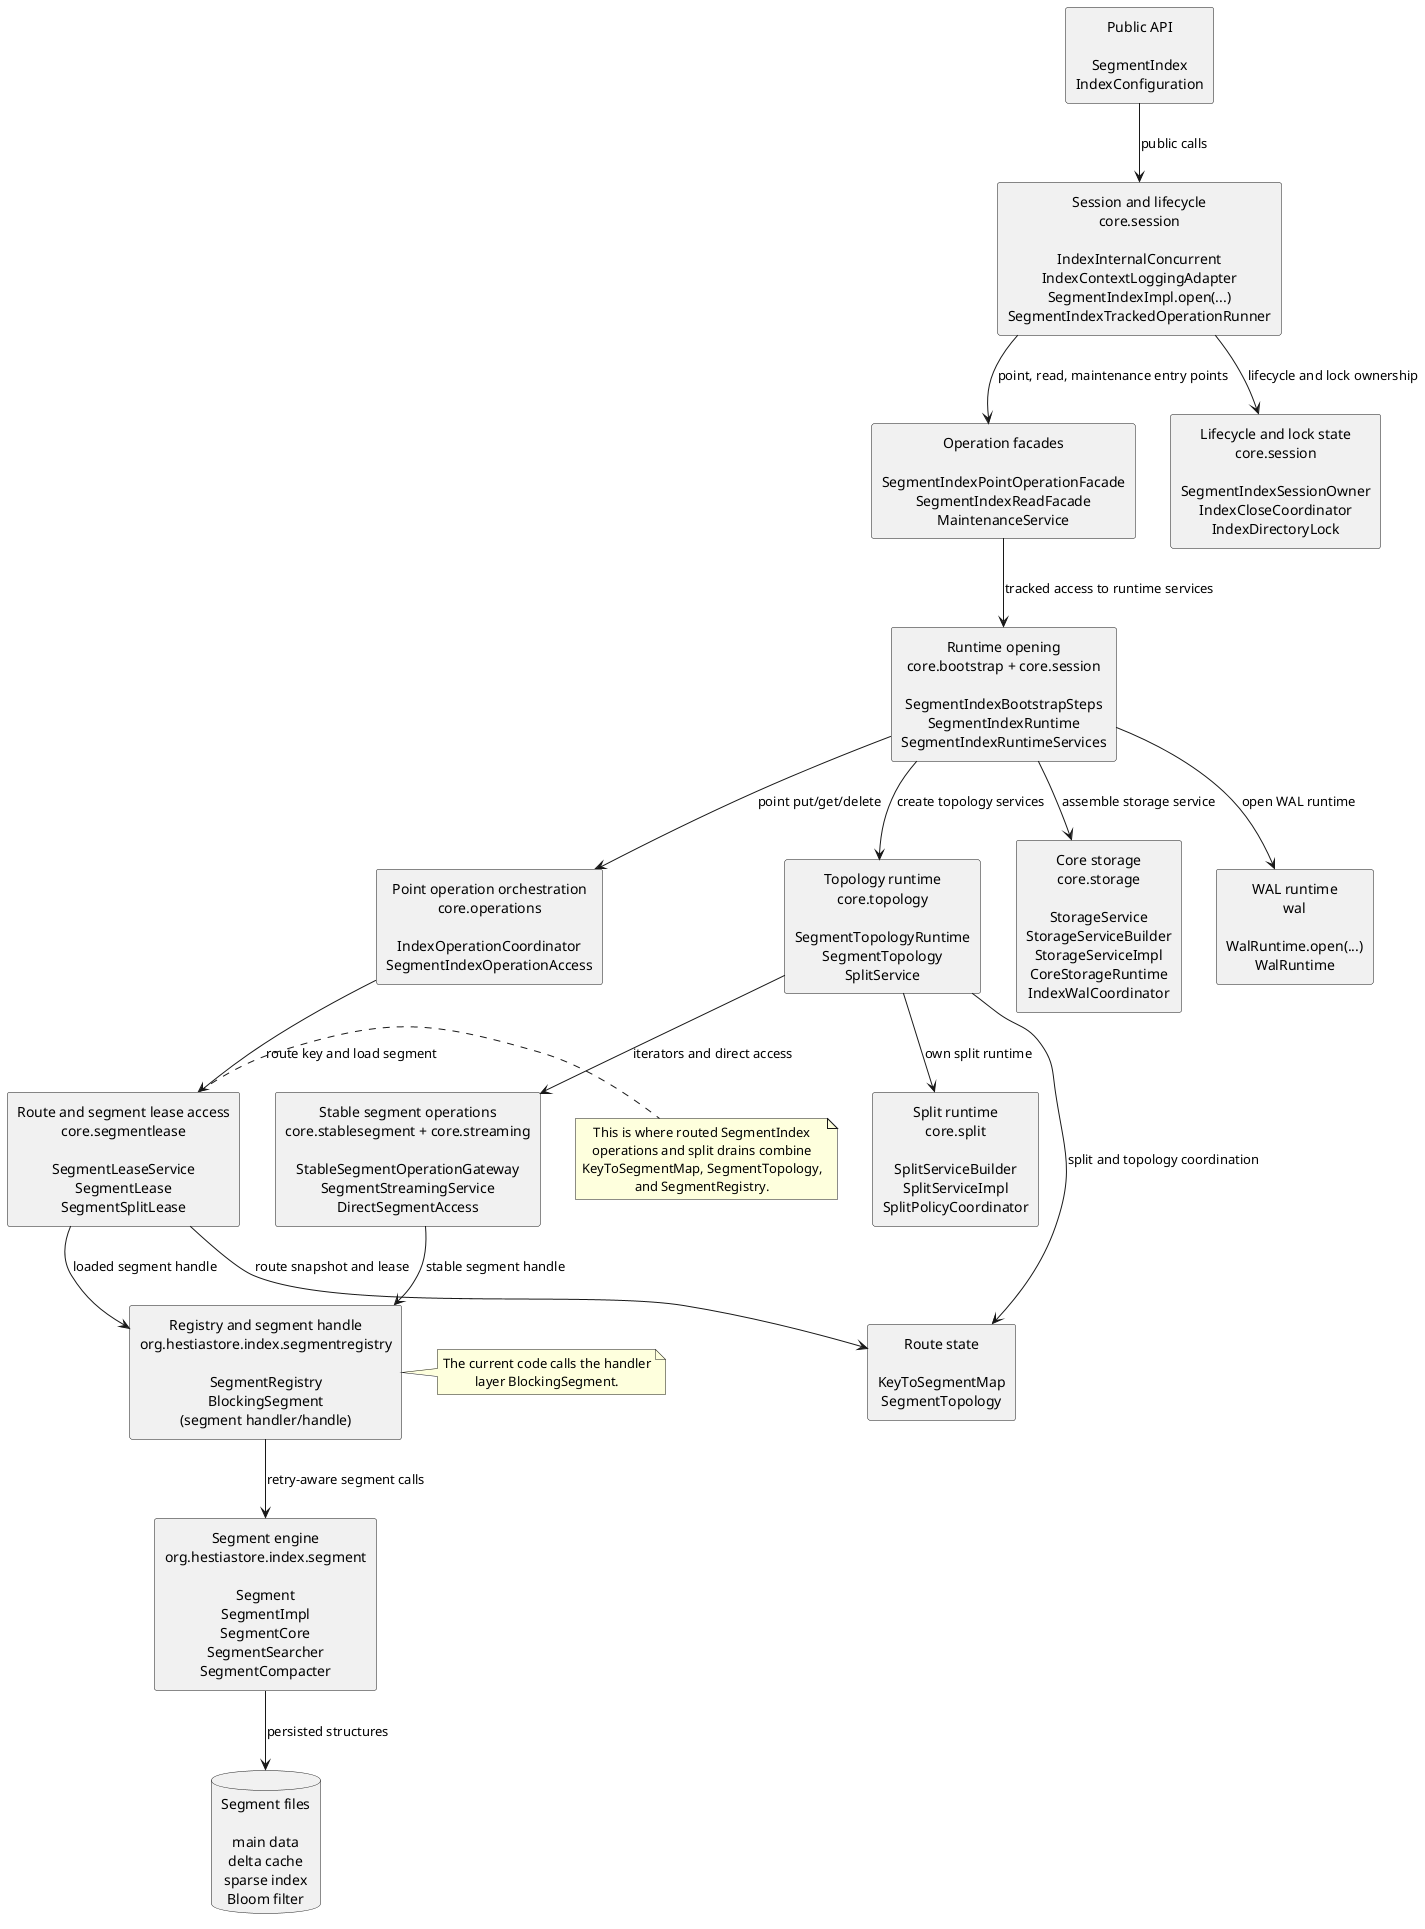
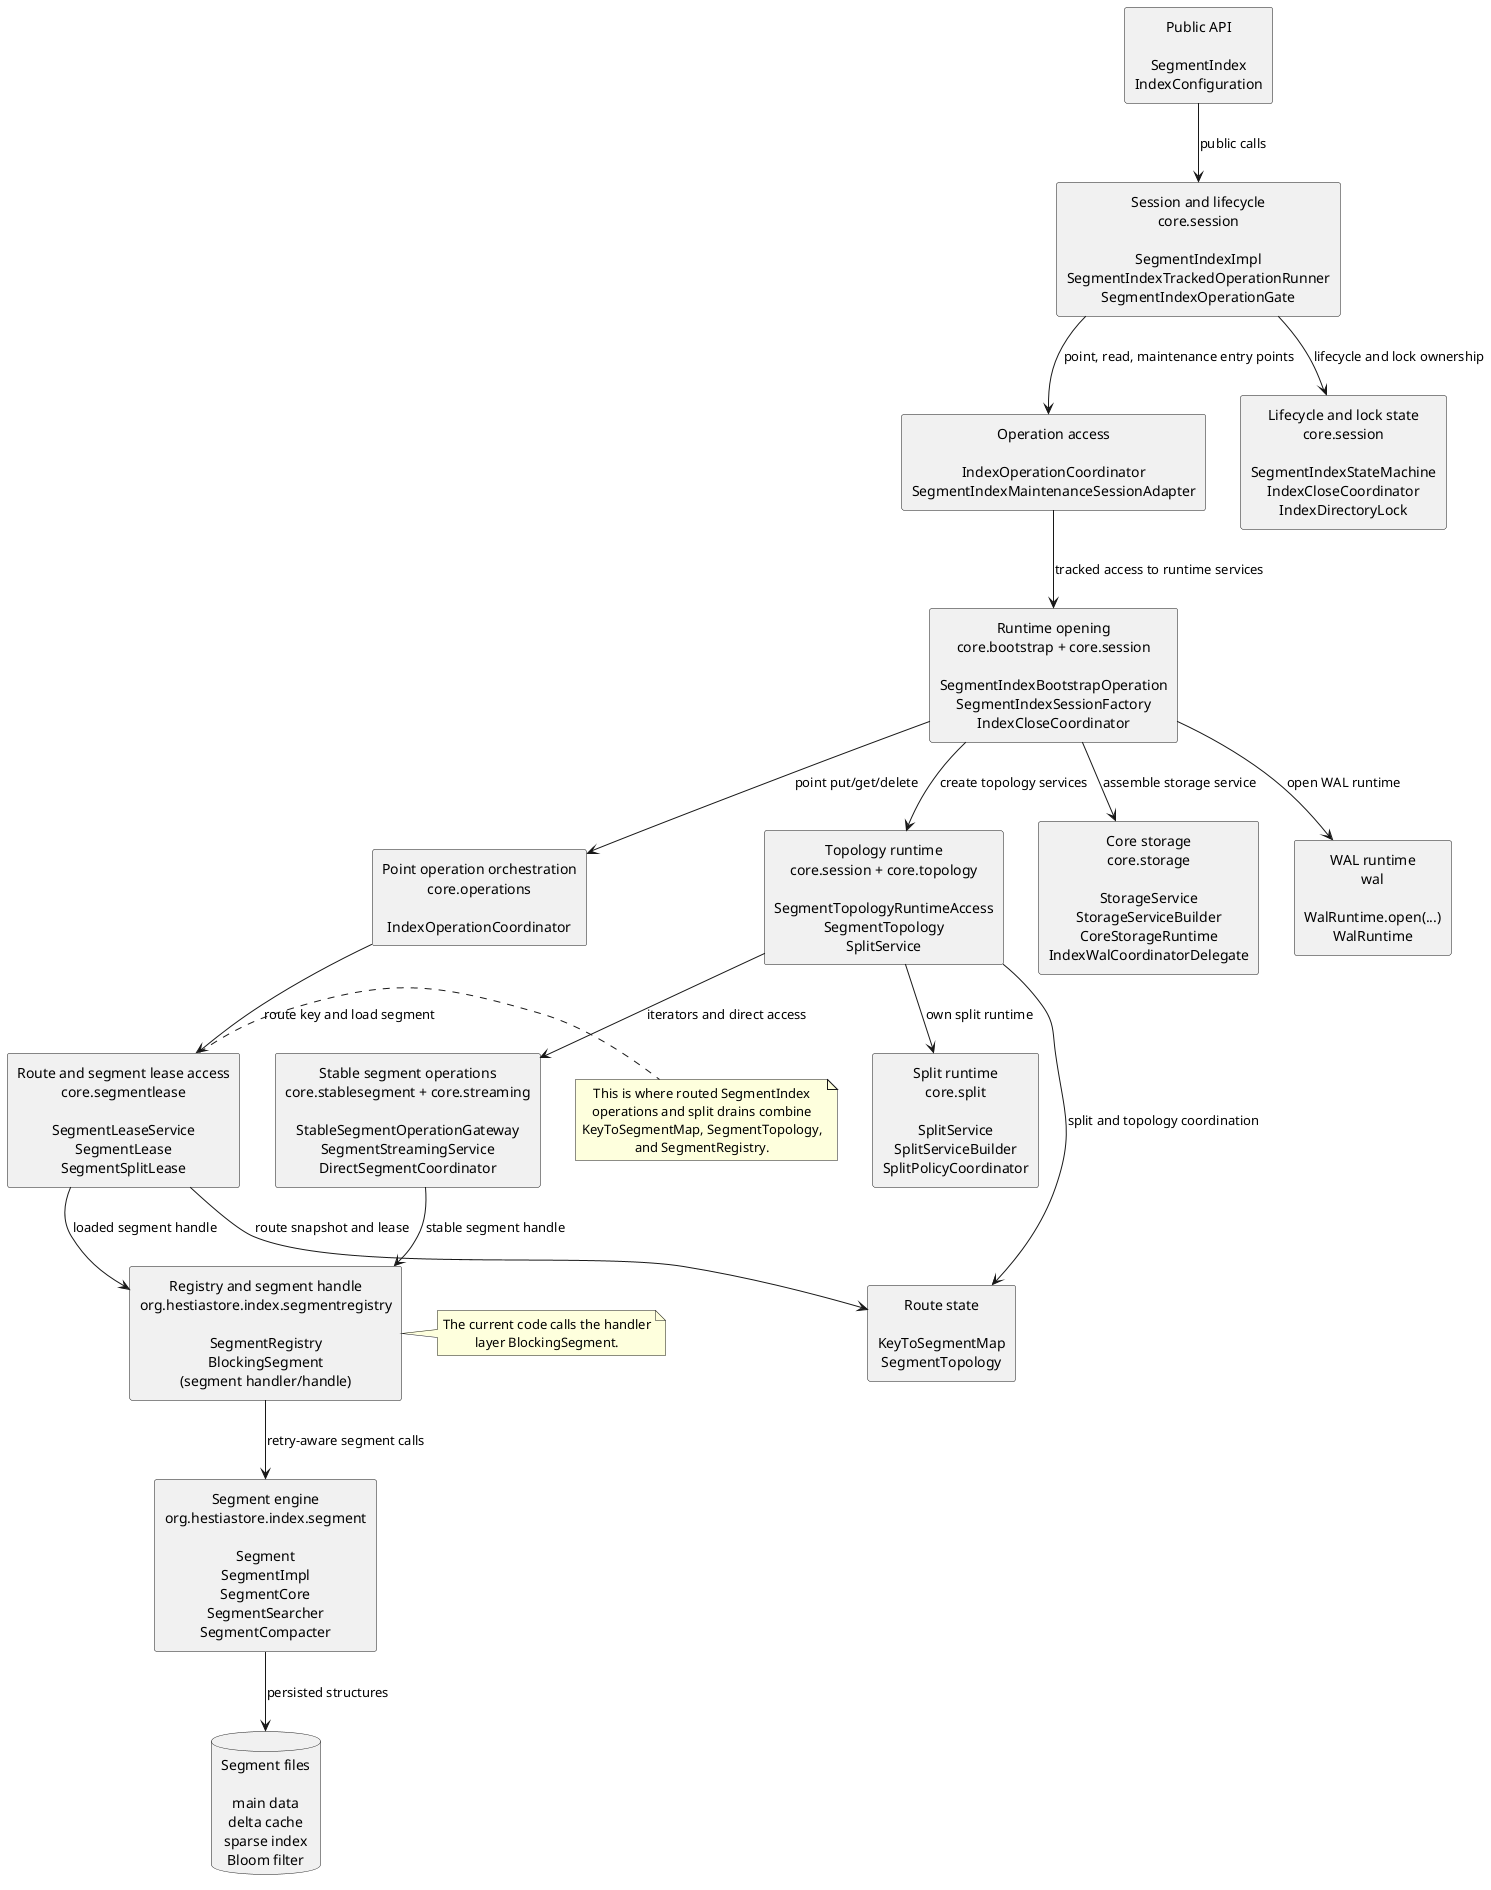
@startuml implementation-layers
skinparam componentStyle rectangle
skinparam shadowing false
skinparam defaultTextAlignment center
top to bottom direction

component "Public API\n\nSegmentIndex\nIndexConfiguration" as API

- component "Session and lifecycle\ncore.session\n\nIndexInternalConcurrent\nIndexContextLoggingAdapter\nSegmentIndexImpl.open(...)\nSegmentIndexTrackedOperationRunner" as SESSION
+ component "Session and lifecycle\ncore.session\n\nSegmentIndexImpl\nSegmentIndexTrackedOperationRunner\nSegmentIndexOperationGate" as SESSION

- component "Lifecycle and lock state\ncore.session\n\nSegmentIndexSessionOwner\nIndexCloseCoordinator\nIndexDirectoryLock" as SESSION_STATE
+ component "Lifecycle and lock state\ncore.session\n\nSegmentIndexStateMachine\nIndexCloseCoordinator\nIndexDirectoryLock" as SESSION_STATE

- component "Operation facades\n\nSegmentIndexPointOperationFacade\nSegmentIndexReadFacade\nMaintenanceService" as FACADES
+ component "Operation access\n\nIndexOperationCoordinator\nSegmentIndexMaintenanceSessionAdapter" as FACADES

- component "Runtime opening\ncore.bootstrap + core.session\n\nSegmentIndexBootstrapSteps\nSegmentIndexRuntime\nSegmentIndexRuntimeServices" as RUNTIME
+ component "Runtime opening\ncore.bootstrap + core.session\n\nSegmentIndexBootstrapOperation\nSegmentIndexSessionFactory\nIndexCloseCoordinator" as RUNTIME

- component "Topology runtime\ncore.topology\n\nSegmentTopologyRuntime\nSegmentTopology\nSplitService" as TOPOLOGY_RUNTIME
+ component "Topology runtime\ncore.session + core.topology\n\nSegmentTopologyRuntimeAccess\nSegmentTopology\nSplitService" as TOPOLOGY_RUNTIME

- component "Core storage\ncore.storage\n\nStorageService\nStorageServiceBuilder\nStorageServiceImpl\nCoreStorageRuntime\nIndexWalCoordinator" as CORE_STORAGE
+ component "Core storage\ncore.storage\n\nStorageService\nStorageServiceBuilder\nCoreStorageRuntime\nIndexWalCoordinatorDelegate" as CORE_STORAGE

- component "Split runtime\ncore.split\n\nSplitServiceBuilder\nSplitServiceImpl\nSplitPolicyCoordinator" as SPLIT_RUNTIME
+ component "Split runtime\ncore.split\n\nSplitService\nSplitServiceBuilder\nSplitPolicyCoordinator" as SPLIT_RUNTIME

component "WAL runtime\nwal\n\nWalRuntime.open(...)\nWalRuntime" as WAL_RUNTIME

- component "Point operation orchestration\ncore.operations\n\nIndexOperationCoordinator\nSegmentIndexOperationAccess" as OPERATIONS
+ component "Point operation orchestration\ncore.operations\n\nIndexOperationCoordinator" as OPERATIONS

component "Route and segment lease access\ncore.segmentlease\n\nSegmentLeaseService\nSegmentLease\nSegmentSplitLease" as ACCESS

- component "Stable segment operations\ncore.stablesegment + core.streaming\n\nStableSegmentOperationGateway\nSegmentStreamingService\nDirectSegmentAccess" as STABLE_ACCESS
+ component "Stable segment operations\ncore.stablesegment + core.streaming\n\nStableSegmentOperationGateway\nSegmentStreamingService\nDirectSegmentCoordinator" as STABLE_ACCESS

component "Route state\n\nKeyToSegmentMap\nSegmentTopology" as ROUTE

component "Registry and segment handle\norg.hestiastore.index.segmentregistry\n\nSegmentRegistry\nBlockingSegment\n(segment handler/handle)" as REGISTRY

component "Segment engine\norg.hestiastore.index.segment\n\nSegment\nSegmentImpl\nSegmentCore\nSegmentSearcher\nSegmentCompacter" as SEGMENT

database "Segment files\n\nmain data\ndelta cache\nsparse index\nBloom filter" as FILES

API --> SESSION : public calls
SESSION --> SESSION_STATE : lifecycle and lock ownership
SESSION --> FACADES : point, read, maintenance entry points
FACADES --> RUNTIME : tracked access to runtime services
RUNTIME --> CORE_STORAGE : assemble storage service
RUNTIME --> TOPOLOGY_RUNTIME : create topology services
TOPOLOGY_RUNTIME --> SPLIT_RUNTIME : own split runtime
RUNTIME --> WAL_RUNTIME : open WAL runtime
RUNTIME --> OPERATIONS : point put/get/delete
OPERATIONS --> ACCESS : route key and load segment
TOPOLOGY_RUNTIME --> STABLE_ACCESS : iterators and direct access
ACCESS --> REGISTRY : loaded segment handle
STABLE_ACCESS --> REGISTRY : stable segment handle
REGISTRY --> SEGMENT : retry-aware segment calls
SEGMENT --> FILES : persisted structures

ACCESS --> ROUTE : route snapshot and lease
TOPOLOGY_RUNTIME --> ROUTE : split and topology coordination

note right of ACCESS
This is where routed SegmentIndex
operations and split drains combine
KeyToSegmentMap, SegmentTopology,
and SegmentRegistry.
end note

note right of REGISTRY
The current code calls the handler
layer BlockingSegment.
end note

@enduml
